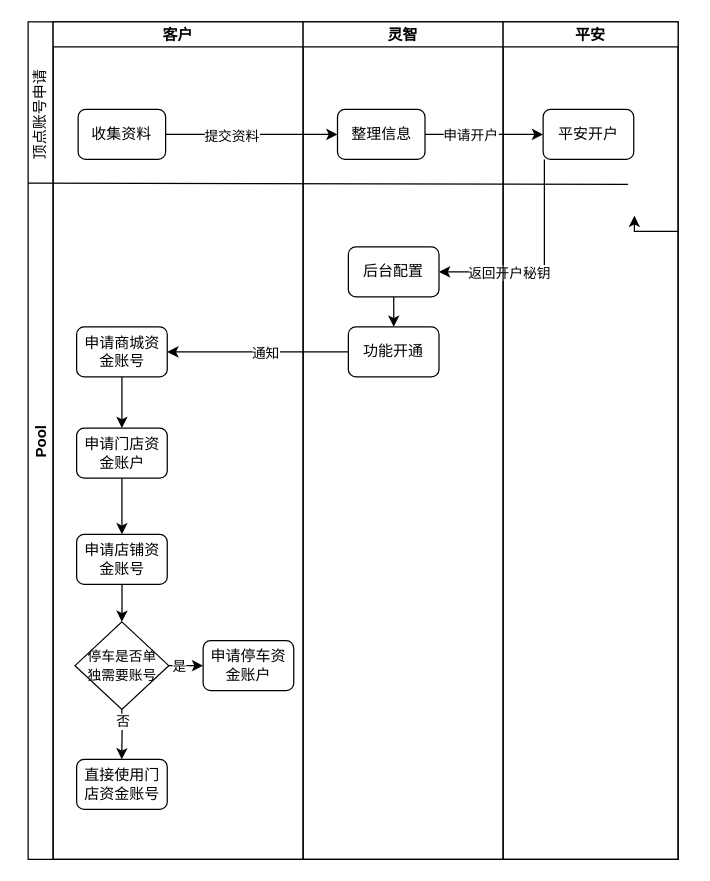
Earlier version of the draw.io diagram 未命名绘图.drawio (TingFeng121/tingfeng121.github.io). Source tidied: cells renumbered, new cells numbered last; positions are measured from the earlier drawing's top-left corner, leaving out a move shared by most shapes. Both pictures are drawn from the tidied source at 125%, with x=0, y=0 at pixel (-22, 21).
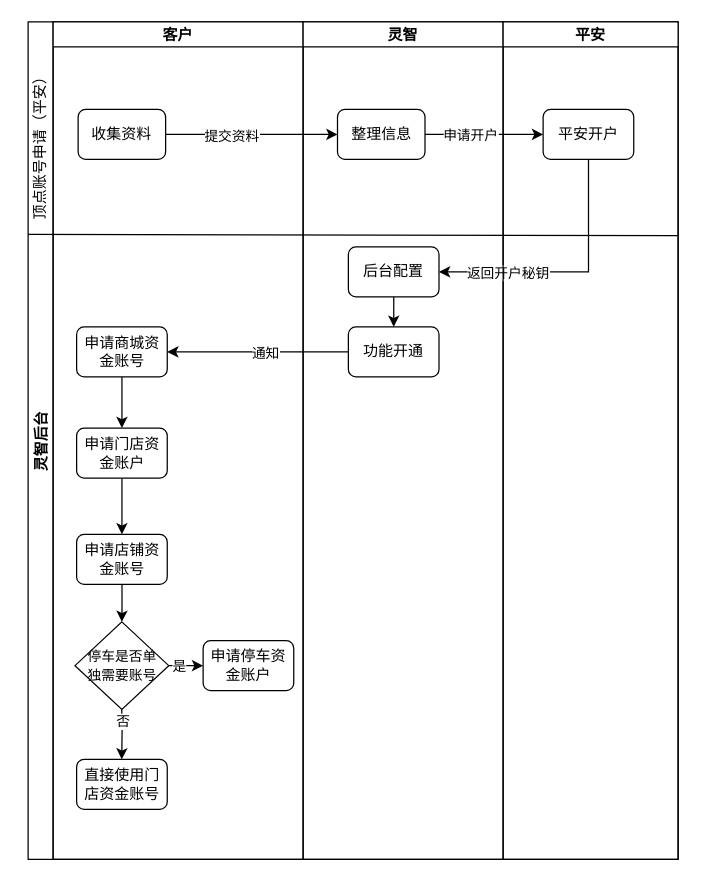
The same page after the edit.

Commit message:
新增灵智后台备注

The change refers to these unchanged cells:
```xml
<mxCell id="3" value="客户" style="swimlane;startSize=20;" parent="2" vertex="1">
  <mxGeometry x="20" width="200" height="670" as="geometry" />
</mxCell>
<mxCell id="19" value="灵智" style="swimlane;startSize=20;" parent="2" vertex="1">
  <mxGeometry x="220" width="160" height="670" as="geometry" />
</mxCell>
<mxCell id="22" value="后台配置" style="whiteSpace=wrap;html=1;rounded=1;" parent="19" vertex="1">
  <mxGeometry x="36.2" y="180" width="72.5" height="40" as="geometry" />
</mxCell>
<mxCell id="34" value="平安" style="swimlane;startSize=20;" parent="2" vertex="1">
  <mxGeometry x="380" width="140" height="670" as="geometry" />
</mxCell>
<mxCell id="35" value="平安开户" style="whiteSpace=wrap;html=1;rounded=1;" parent="34" vertex="1">
  <mxGeometry x="32" y="70" width="72.5" height="40" as="geometry" />
</mxCell>
```

Diff of the diagram source:
```diff
@@
-    <mxCell id="2" value="Pool" style="swimlane;startSize=20;horizontal=0;" parent="1" vertex="1">
+    <mxCell id="2" value="灵智后台" style="swimlane;startSize=20;horizontal=0;" parent="1" vertex="1">
       <mxGeometry x="40" width="520" height="670" as="geometry" />
     </mxCell>
@@
-    <mxCell id="5" value="顶点账号申请" style="text;html=1;align=center;verticalAlign=middle;strokeColor=none;fillColor=none;rotation=-90;" parent="3" vertex="1">
-      <mxGeometry x="-60" y="60" width="100" height="30" as="geometry" />
+    <mxCell id="5" value="顶点账号申请（平安）" style="text;html=1;align=center;verticalAlign=middle;strokeColor=none;fillColor=none;rotation=-90;" parent="3" vertex="1">
+      <mxGeometry x="-80" y="84" width="140" height="30" as="geometry" />
     </mxCell>
@@
     <mxCell id="24" style="endArrow=none;html=1;rounded=0;exitX=0;exitY=0.25;exitDx=0;exitDy=0;" parent="19" edge="1">
       <mxGeometry relative="1" as="geometry">
-        <mxPoint x="-220" y="129" as="sourcePoint" />
-        <mxPoint x="260" y="130" as="targetPoint" />
+        <mxPoint x="-220" y="170" as="sourcePoint" />
+        <mxPoint x="300" y="171" as="targetPoint" />
       </mxGeometry>
     </mxCell>
@@
     <mxCell id="29" style="edgeStyle=orthogonalEdgeStyle;rounded=0;jettySize=auto;html=1;" parent="2" edge="1" source="35" target="22">
       <mxGeometry relative="1" as="geometry">
         <Array as="points">
-          <mxPoint x="413" y="200" />
+          <mxPoint x="448" y="200" />
         </Array>
       </mxGeometry>
     </mxCell>
     <mxCell id="30" value="返回开户秘钥" style="edgeLabel;html=1;align=center;verticalAlign=middle;" parent="29" vertex="1">
       <mxGeometry x="0.29" y="-2" relative="1" as="geometry">
-        <mxPoint x="-7" y="2" as="offset" />
+        <mxPoint x="-20" y="2" as="offset" />
       </mxGeometry>
     </mxCell>
@@
-    <mxCell id="33" style="edgeStyle=orthogonalEdgeStyle;rounded=0;jettySize=auto;html=1;exitX=1;exitY=0.25;exitDx=0;exitDy=0;" parent="2" edge="1" source="34">
-      <mxGeometry relative="1" as="geometry">
-        <mxPoint x="485" y="155" as="targetPoint" />
-      </mxGeometry>
-    </mxCell>
```
